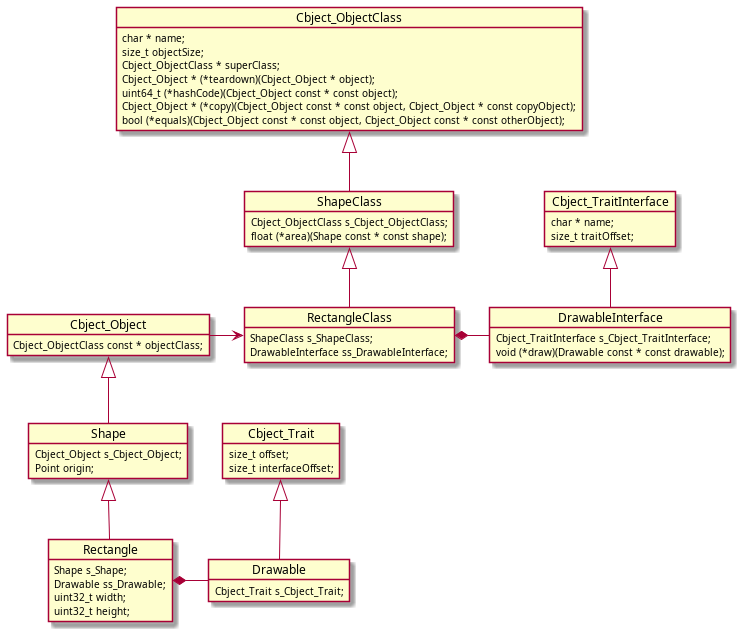
This is docs/media/diag-rectangle-class-example.png from alexmarincu/Cbject, a PlantUML export, as it was before one commit.
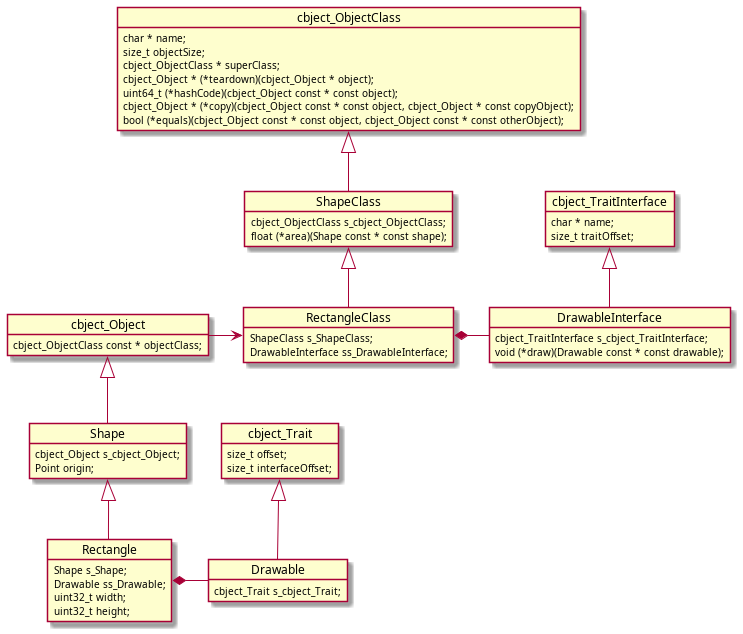
Above is the later version.

Diff of the diagram source:
```diff
@@ -6,17 +6,17 @@
     uint32_t height;
 }
 object Shape {
-    Cbject_Object s_Cbject_Object;
+    cbject_Object s_cbject_Object;
     Point origin;
 }
 object Drawable {
-    Cbject_Trait s_Cbject_Trait;
+    cbject_Trait s_cbject_Trait;
 }
 object DrawableInterface {
-    Cbject_TraitInterface s_Cbject_TraitInterface;
+    cbject_TraitInterface s_cbject_TraitInterface;
     void (*draw)(Drawable const * const drawable);
 }
-object Cbject_Trait {
+object cbject_Trait {
     size_t offset;
     size_t interfaceOffset;
 }
@@ -24,33 +24,33 @@
     ShapeClass s_ShapeClass;
     DrawableInterface ss_DrawableInterface;
 }
-object Cbject_TraitInterface {
+object cbject_TraitInterface {
     char * name;
     size_t traitOffset;
 }
-object Cbject_Object {
-    Cbject_ObjectClass const * objectClass;
+object cbject_Object {
+    cbject_ObjectClass const * objectClass;
 }
 object ShapeClass {
-    Cbject_ObjectClass s_Cbject_ObjectClass;
+    cbject_ObjectClass s_cbject_ObjectClass;
     float (*area)(Shape const * const shape);
 }
-object Cbject_ObjectClass {
+object cbject_ObjectClass {
     char * name;
     size_t objectSize;
-    Cbject_ObjectClass * superClass;
-    Cbject_Object * (*teardown)(Cbject_Object * object);
-    uint64_t (*hashCode)(Cbject_Object const * const object);
-    Cbject_Object * (*copy)(Cbject_Object const * const object, Cbject_Object * const copyObject);
-    bool (*equals)(Cbject_Object const * const object, Cbject_Object const * const otherObject);
+    cbject_ObjectClass * superClass;
+    cbject_Object * (*teardown)(cbject_Object * object);
+    uint64_t (*hashCode)(cbject_Object const * const object);
+    cbject_Object * (*copy)(cbject_Object const * const object, cbject_Object * const copyObject);
+    bool (*equals)(cbject_Object const * const object, cbject_Object const * const otherObject);
 }
 Rectangle -u-|> Shape
 Rectangle *-r- Drawable
 RectangleClass *-r- DrawableInterface
-Drawable -u-|> Cbject_Trait
-DrawableInterface -u-|> Cbject_TraitInterface
+Drawable -u-|> cbject_Trait
+DrawableInterface -u-|> cbject_TraitInterface
 RectangleClass -u-|> ShapeClass
-Shape -u-|> Cbject_Object
-Cbject_Object -r-> RectangleClass
-ShapeClass -u-|> Cbject_ObjectClass
+Shape -u-|> cbject_Object
+cbject_Object -r-> RectangleClass
+ShapeClass -u-|> cbject_ObjectClass
 @enduml
```
